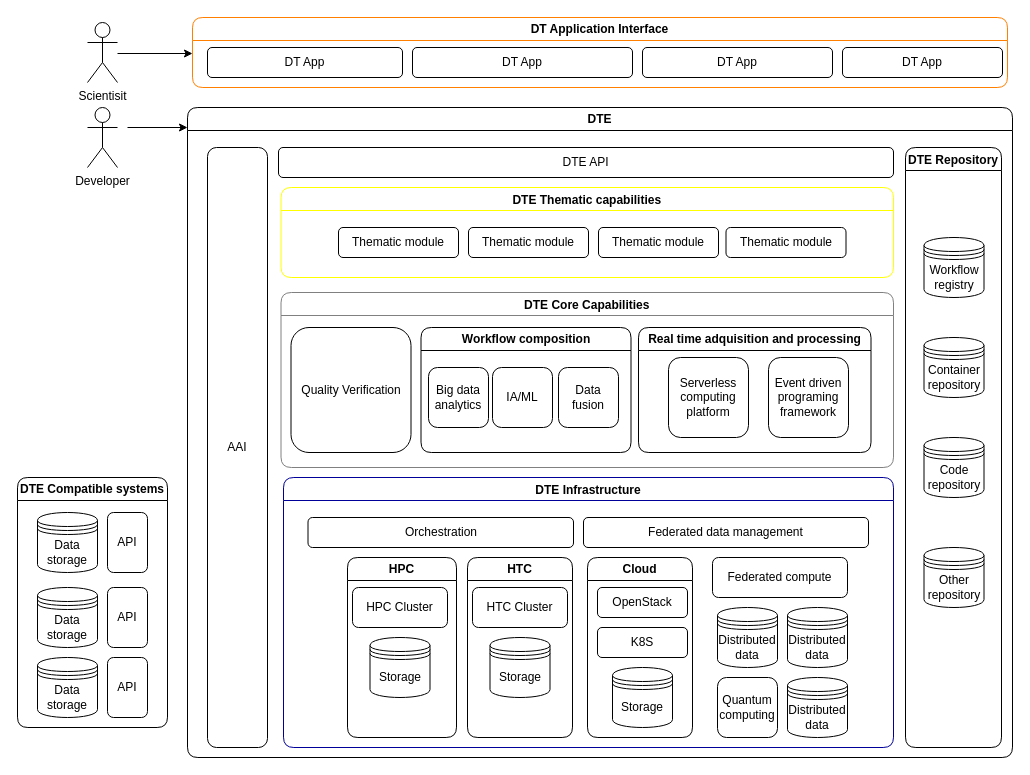
Earlier version of the draw.io diagram DTE/General.drawio (interTwin-eu/architecture-diagrams). Source tidied: cells renumbered, new cells numbered last; positions are measured from the earlier drawing's top-left corner, leaving out a move shared by most shapes. Both pictures are drawn from the tidied source at 100%, with x=0, y=0 at pixel (17, 17).
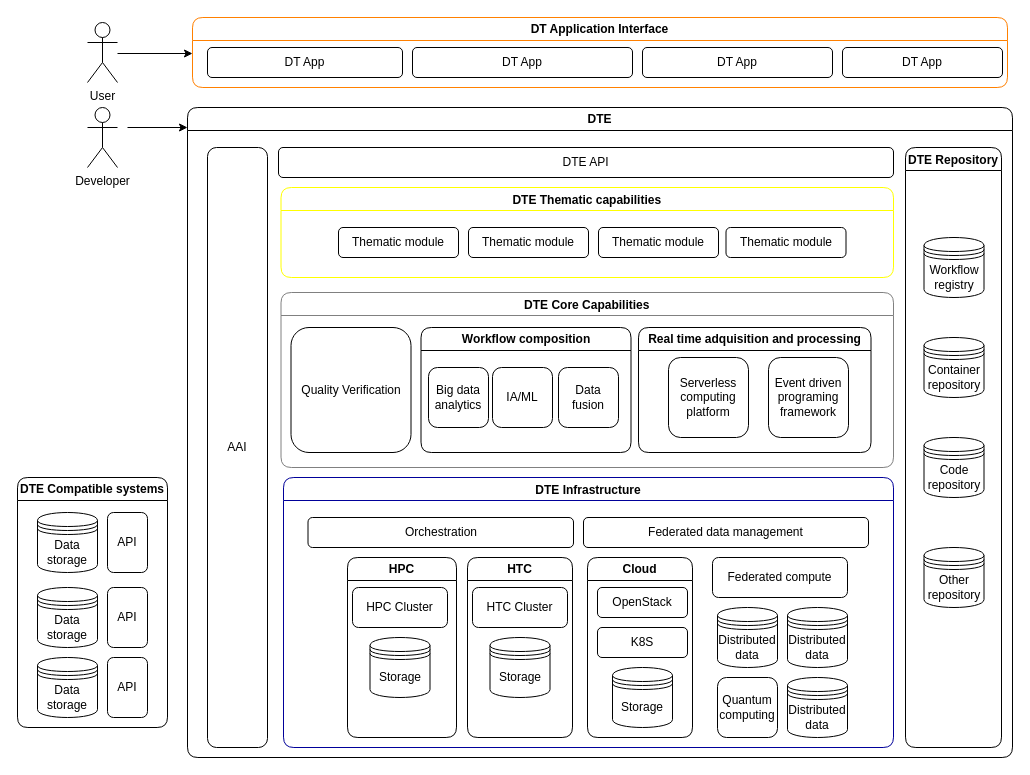
Above is the later version.

Commit message (it also covers changes not shown here):
Changed scientist to user

What changed in the source:
```diff
@@
-    <mxCell id="7" value="Scientisit" style="shape=umlActor;verticalLabelPosition=bottom;verticalAlign=top;html=1;rounded=1;" parent="1" vertex="1">
+    <mxCell id="7" value="User" style="shape=umlActor;verticalLabelPosition=bottom;verticalAlign=top;html=1;rounded=1;" parent="1" vertex="1">
       <mxGeometry x="70" y="5" width="30" height="60" as="geometry" />
     </mxCell>
```
